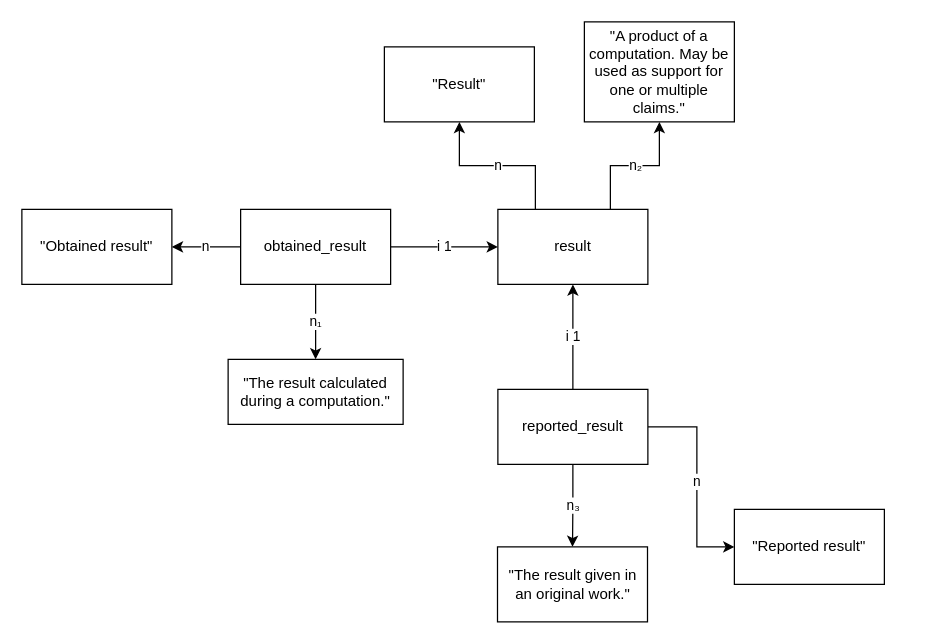
nicebread/scientific_errors keeps this draw.io diagram as page "08-result" (9 of 11) of model-analysis-errors.drawio. Above is the earlier version. Source tidied: cells renumbered, new cells numbered last; positions are measured from the earlier drawing's top-left corner, leaving out a move shared by most shapes. Both pictures are drawn from the tidied source at 125%, with x=0, y=0 at pixel (21, 21).
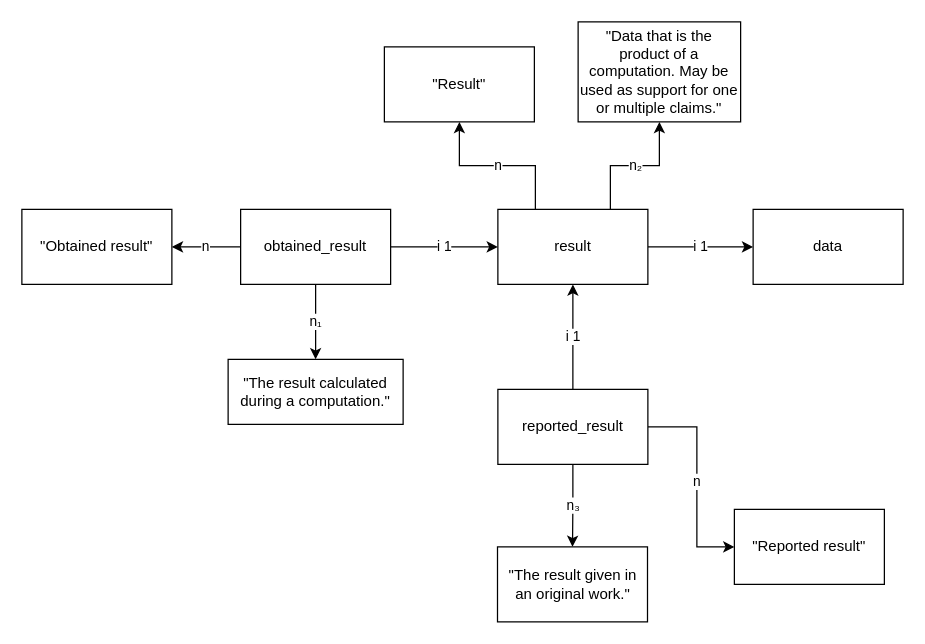
The same page after the edit.

Commit message (it also covers changes not shown here):
Differentiate between "data" and "analysis data"; also: "results" are "data"

The change refers to these unchanged cells:
```xml
<mxCell id="4" value="result" style="rounded=0;whiteSpace=wrap;html=1;" parent="1" vertex="1">
  <mxGeometry x="380.8" y="150" width="120" height="60" as="geometry" />
</mxCell>
```

The edit, as a diff of the source:
```diff
@@
+    <mxCell id="19" value="i 1" style="edgeStyle=orthogonalEdgeStyle;curved=0;rounded=0;html=1;" parent="1" edge="1" source="4" target="20">
+      <mxGeometry relative="1" as="geometry" />
+    </mxCell>
@@
-    <mxCell id="18" value="&quot;A product of a computation. May be used as support for one or multiple claims.&quot;" style="rounded=0;whiteSpace=wrap;html=1;" parent="1" vertex="1">
-      <mxGeometry x="450" width="120" height="80" as="geometry" />
+    <mxCell id="18" value="&quot;Data that is the product of a computation. May be used as support for one or multiple claims.&quot;" style="rounded=0;whiteSpace=wrap;html=1;" parent="1" vertex="1">
+      <mxGeometry x="445" width="130" height="80" as="geometry" />
     </mxCell>
+    <mxCell id="20" value="data" style="rounded=0;whiteSpace=wrap;html=1;" parent="1" vertex="1">
+      <mxGeometry x="585" y="150" width="120" height="60" as="geometry" />
+    </mxCell>
```
